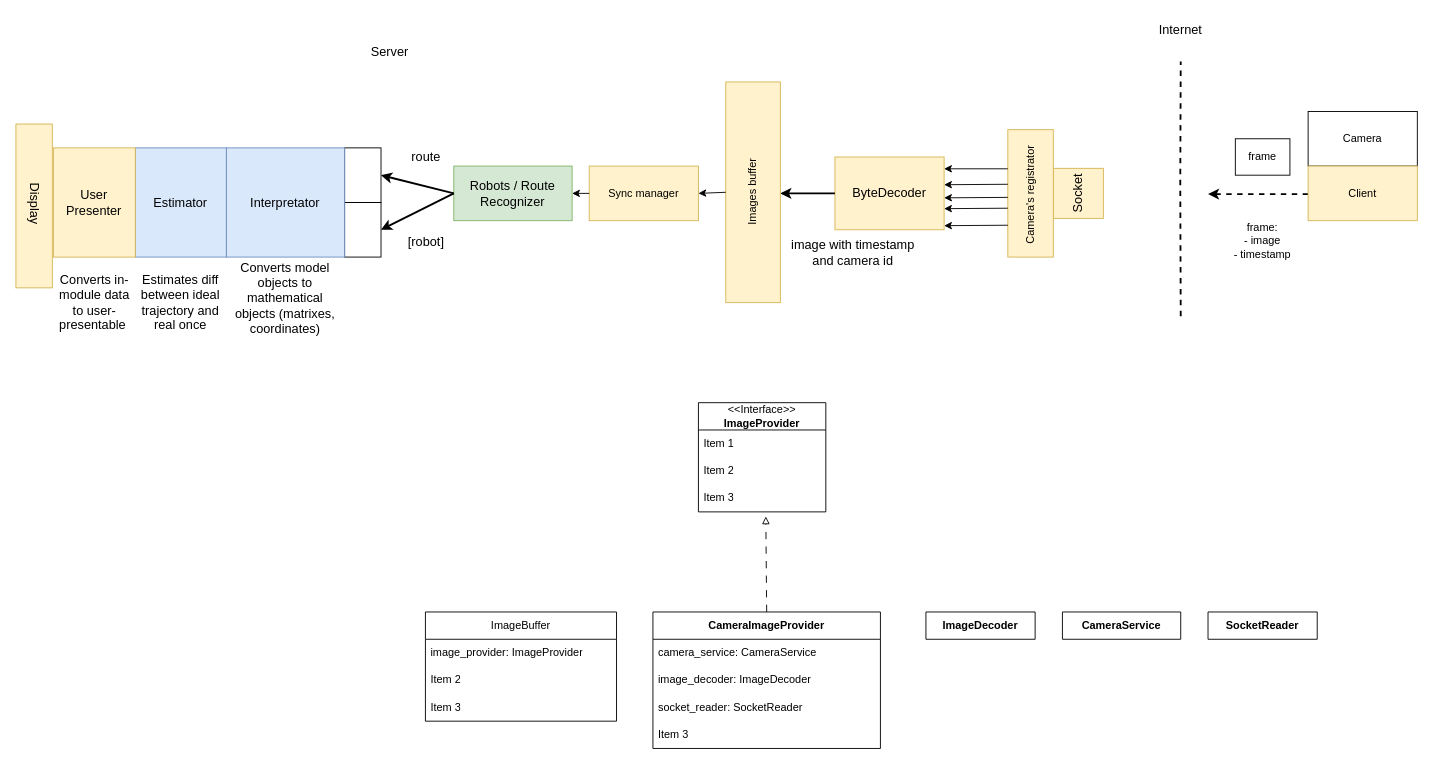
FinickyPrune/visual-monitoring keeps this draw.io diagram as scheme/ProjectScheme.drawio. Above is the earlier version. Source tidied: cells renumbered, new cells numbered last; positions are measured from the earlier drawing's top-left corner, leaving out a move shared by most shapes. Both pictures are drawn from the tidied source at 91%, with x=0, y=0 at pixel (-48, 15).
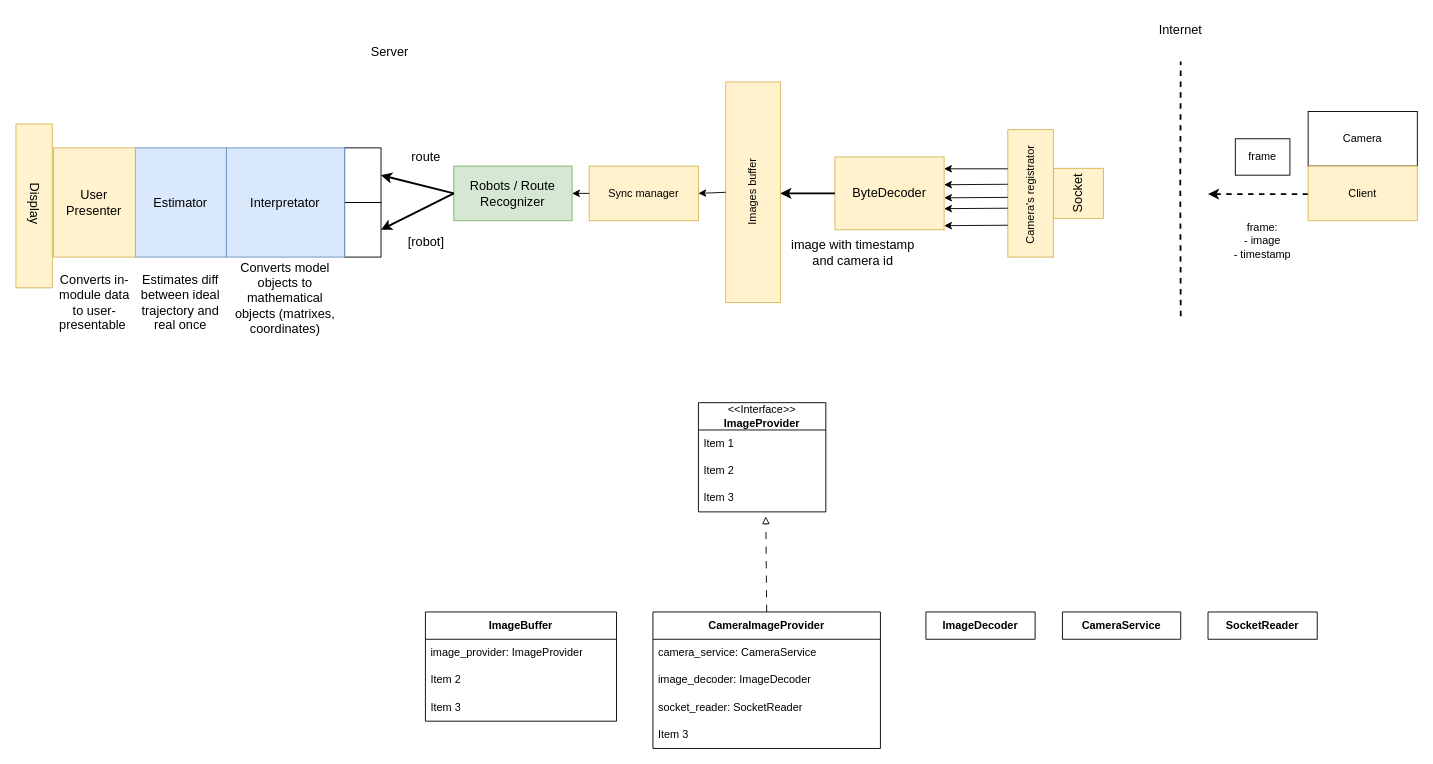
The same page after the edit.

Change to the diagram source:
```diff
@@
-    <mxCell id="54" value="ImageBuffer" style="swimlane;fontStyle=0;horizontal=1;startSize=30;whiteSpace=wrap;html=1;" parent="1" vertex="1">
+    <mxCell id="54" value="&lt;b&gt;ImageBuffer&lt;/b&gt;" style="swimlane;fontStyle=0;horizontal=1;startSize=30;whiteSpace=wrap;html=1;" parent="1" vertex="1">
       <mxGeometry x="520" y="655" width="210" height="120" as="geometry" />
     </mxCell>
```
